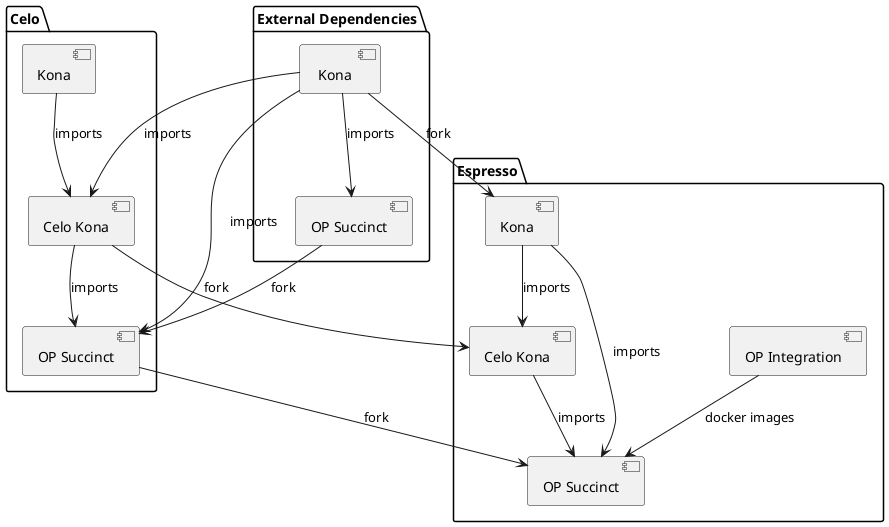
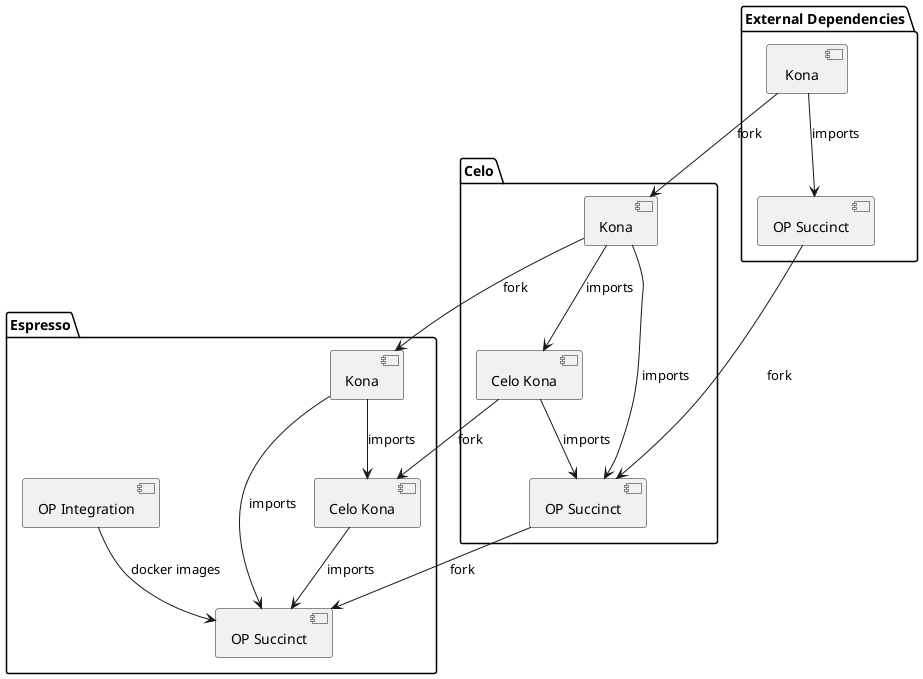
@startuml

package "External Dependencies" {
  [ Kona ] as KonaExternal
  [OP Succinct] as OPSuccinctExternal
}

package "Celo" {
  [Kona] as KonaCelo
  [Celo Kona] as CeloKonaCelo
  [OP Succinct] as OPSuccinctCelo
}

package "Espresso" {
  [Kona] as KonaEspresso
  [Celo Kona] as CeloKonaEspresso
  [OP Succinct] as OPSuccinctEspresso
  [OP Integration] as OpIntegration
}


- KonaExternal--> CeloKonaCelo: imports
+ 

KonaCelo --> CeloKonaCelo: imports
CeloKonaCelo--> OPSuccinctCelo : imports
KonaExternal--> OPSuccinctExternal : imports
- KonaExternal --> OPSuccinctCelo: imports
+ KonaCelo --> OPSuccinctCelo: imports

OPSuccinctExternal --> OPSuccinctCelo: fork
CeloKonaCelo --> CeloKonaEspresso: fork
OPSuccinctCelo --> OPSuccinctEspresso: fork
- KonaExternal --> KonaEspresso: fork
+ KonaExternal --> KonaCelo: fork
+ KonaCelo --> KonaEspresso: fork

OpIntegration --> OPSuccinctEspresso : docker images
KonaEspresso   --> CeloKonaEspresso: imports
CeloKonaEspresso  --> OPSuccinctEspresso : imports
KonaEspresso --> OPSuccinctEspresso : imports


@enduml
